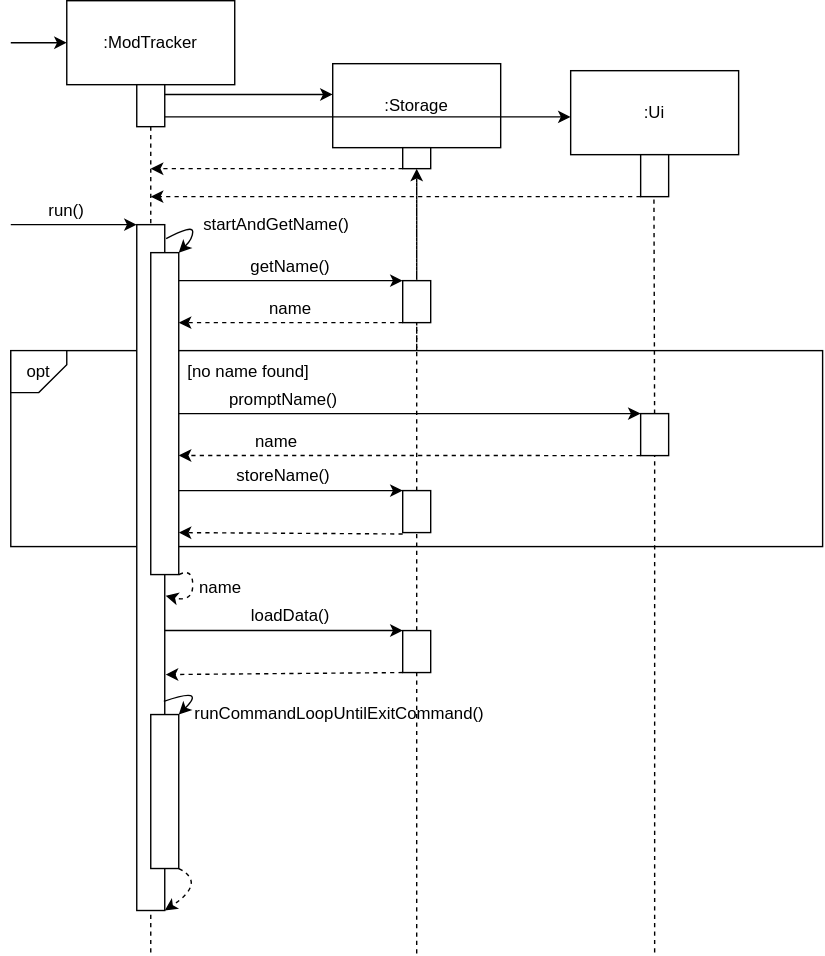
Above: docs/diagrams/Storage Sequence Diagram.svg in nus-cs2113-AY2021S1/tp (draw.io), before the change. Source tidied: cells renumbered, new cells last; positions are measured from the earlier drawing's top-left corner, leaving out a move shared by most shapes.
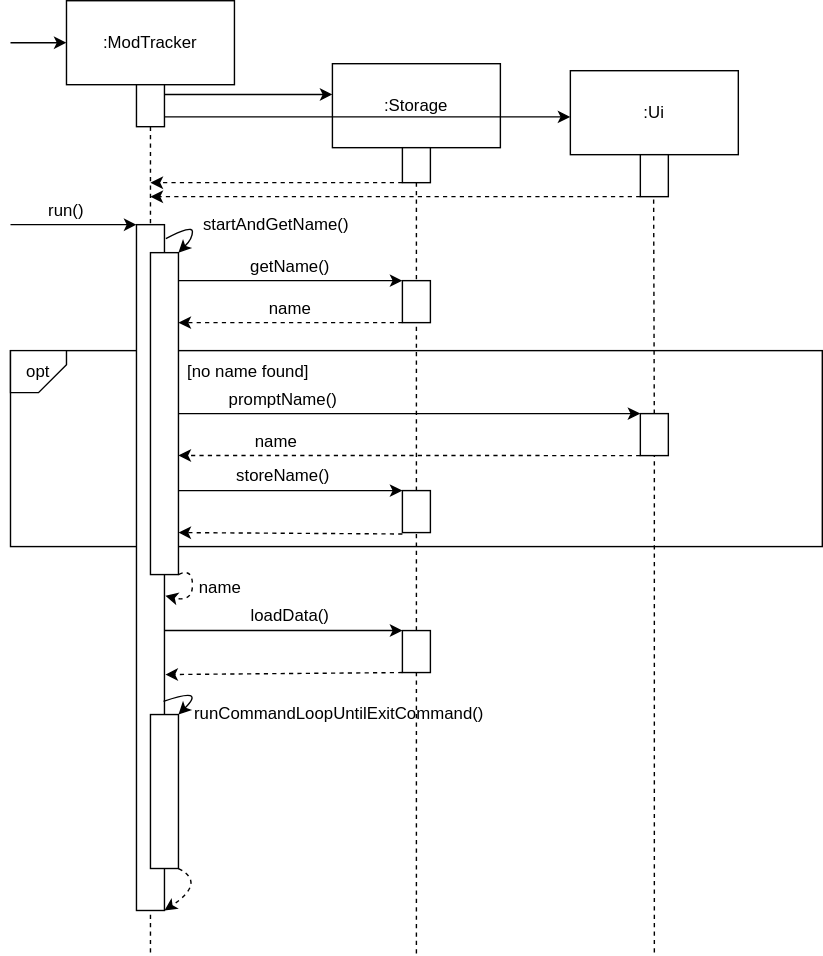
Above is the later version.

The edit, as a diff of the source:
```diff
@@ -2,9 +2,6 @@
   <root>
     <mxCell id="0" />
     <mxCell id="1" parent="0" />
-    <mxCell id="2" style="edgeStyle=none;rounded=0;jettySize=auto;html=1;dashed=1;" parent="1" edge="1" source="3" target="26">
-      <mxGeometry relative="1" as="geometry" />
-    </mxCell>
     <mxCell id="3" style="rounded=0;whiteSpace=wrap;html=1;" parent="1" vertex="1">
       <mxGeometry y="250" width="580" height="140" as="geometry" />
     </mxCell>
@@ -38,7 +35,7 @@
     </mxCell>
     <mxCell id="11" style="endArrow=classic;html=1;dashed=1;exitX=0;exitY=1;exitDx=0;exitDy=0;" parent="1" edge="1" source="26">
       <mxGeometry relative="1" as="geometry">
-        <mxPoint x="100" y="120" as="targetPoint" />
+        <mxPoint x="100" y="130" as="targetPoint" />
       </mxGeometry>
     </mxCell>
     <mxCell id="12" style="endArrow=classic;html=1;entryX=0;entryY=0;entryDx=0;entryDy=0;" parent="1" edge="1" target="31">
@@ -61,10 +58,9 @@
     <mxCell id="15" value="startAndGetName()" style="text;html=1;strokeColor=none;fillColor=none;align=center;verticalAlign=middle;whiteSpace=wrap;rounded=0;" parent="1" vertex="1">
       <mxGeometry x="120" y="150" width="140" height="20" as="geometry" />
     </mxCell>
-    <mxCell id="16" style="endArrow=none;dashed=1;html=1;" parent="1" edge="1">
+    <mxCell id="16" style="endArrow=none;dashed=1;html=1;entryX=0.5;entryY=1;entryDx=0;entryDy=0;" parent="1" edge="1" target="26">
       <mxGeometry relative="1" as="geometry">
         <mxPoint x="290" y="199" as="sourcePoint" />
-        <mxPoint x="290" y="130" as="targetPoint" />
       </mxGeometry>
     </mxCell>
     <mxCell id="17" style="endArrow=classic;html=1;entryX=0;entryY=0;entryDx=0;entryDy=0;" parent="1" edge="1" target="18">
@@ -105,7 +101,7 @@
       </mxGeometry>
     </mxCell>
     <mxCell id="26" style="rounded=0;whiteSpace=wrap;html=1;" parent="1" vertex="1">
-      <mxGeometry x="280" y="105" width="20" height="15" as="geometry" />
+      <mxGeometry x="280" y="105" width="20" height="25" as="geometry" />
     </mxCell>
     <mxCell id="27" style="endArrow=none;dashed=1;html=1;entryX=0.5;entryY=1;entryDx=0;entryDy=0;" parent="1" edge="1" source="34">
       <mxGeometry relative="1" as="geometry">
```
